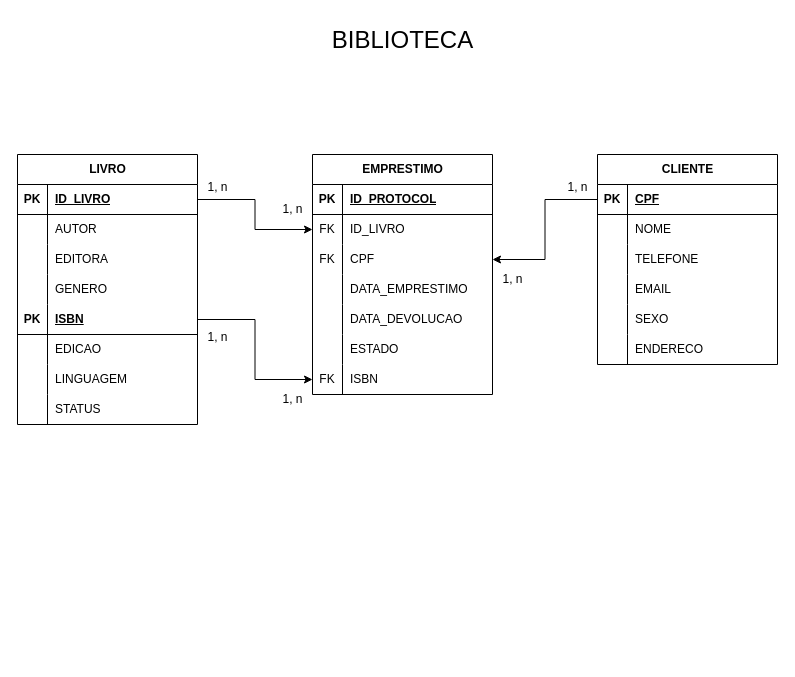
Earlier version of the draw.io diagram Sistema de Biblioteca.drawio (FirmoDev/projeto). Source tidied: cells renumbered, new cells numbered last; positions are measured from the earlier drawing's top-left corner, leaving out a move shared by most shapes. Both pictures are drawn from the tidied source at 100%, with x=0, y=0 at pixel (17, 17).
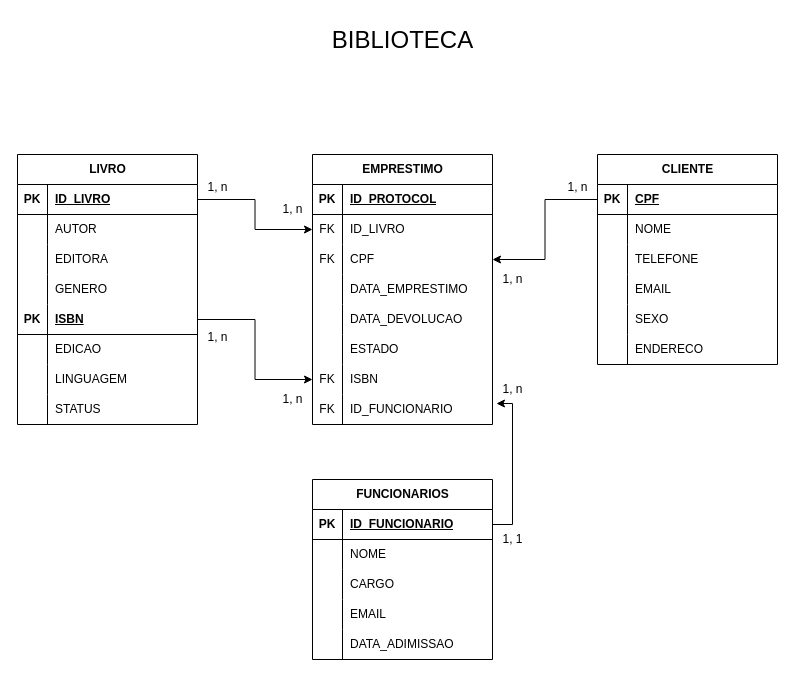
The same diagram, later.

Commit message:
ADICIONANDO TABELA FUNCIONARIOS

Diff of the diagram source:
```diff
@@
     <mxCell id="47" value="EMPRESTIMO" style="shape=table;startSize=30;childLayout=tableLayout;rowLines=0;fontStyle=1;align=center;html=1;" parent="1" vertex="1">
-      <mxGeometry x="295" y="137" width="180" height="240" as="geometry" />
+      <mxGeometry x="295" y="137" width="180" height="270" as="geometry" />
     </mxCell>
@@
+    <mxCell id="78" style="shape=tableRow;horizontal=0;startSize=0;swimlaneHead=0;swimlaneBody=0;fillColor=none;points=[[0,0.5],[1,0.5]];portConstraint=eastwest;top=0;left=0;right=0;bottom=0;" parent="47" vertex="1">
+      <mxGeometry y="240" width="180" height="30" as="geometry" />
+    </mxCell>
+    <mxCell id="79" value="FK" style="shape=partialRectangle;fillColor=none;top=0;left=0;bottom=0;right=0;overflow=hidden;whiteSpace=wrap;html=1;" parent="78" vertex="1">
+      <mxGeometry width="30" height="30" as="geometry" />
+    </mxCell>
+    <mxCell id="80" value="ID_FUNCIONARIO" style="shape=partialRectangle;fillColor=none;top=0;left=0;bottom=0;right=0;align=left;spacingLeft=6;overflow=hidden;whiteSpace=wrap;html=1;" parent="78" vertex="1">
+      <mxGeometry x="30" width="150" height="30" as="geometry" />
+    </mxCell>
@@
+    <mxCell id="81" value="FUNCIONARIOS" style="shape=table;startSize=30;childLayout=tableLayout;rowLines=0;fontStyle=1;align=center;html=1;" parent="1" vertex="1">
+      <mxGeometry x="295" y="462" width="180" height="180" as="geometry" />
+    </mxCell>
+    <mxCell id="82" style="shape=tableRow;horizontal=0;startSize=0;swimlaneHead=0;swimlaneBody=0;fillColor=none;points=[[0,0.5],[1,0.5]];portConstraint=eastwest;top=0;left=0;right=0;bottom=1;" parent="81" vertex="1">
+      <mxGeometry y="30" width="180" height="30" as="geometry" />
+    </mxCell>
+    <mxCell id="83" value="PK" style="shape=partialRectangle;fillColor=none;top=0;left=0;bottom=0;right=0;fontStyle=1;overflow=hidden;whiteSpace=wrap;html=1;" parent="82" vertex="1">
+      <mxGeometry width="30" height="30" as="geometry" />
+    </mxCell>
+    <mxCell id="84" value="ID_FUNCIONARIO" style="shape=partialRectangle;fillColor=none;top=0;left=0;bottom=0;right=0;align=left;spacingLeft=6;fontStyle=5;overflow=hidden;whiteSpace=wrap;html=1;" parent="82" vertex="1">
+      <mxGeometry x="30" width="150" height="30" as="geometry" />
+    </mxCell>
+    <mxCell id="85" style="shape=tableRow;horizontal=0;startSize=0;swimlaneHead=0;swimlaneBody=0;fillColor=none;top=0;left=0;right=0;bottom=0;" parent="81" vertex="1">
+      <mxGeometry y="60" width="180" height="30" as="geometry" />
+    </mxCell>
+    <mxCell id="86" style="shape=partialRectangle;fillColor=none;top=0;left=0;bottom=0;right=0;overflow=hidden;whiteSpace=wrap;html=1;" parent="85" vertex="1">
+      <mxGeometry width="30" height="30" as="geometry" />
+    </mxCell>
+    <mxCell id="87" value="NOME" style="shape=partialRectangle;fillColor=none;top=0;left=0;bottom=0;right=0;align=left;spacingLeft=6;overflow=hidden;whiteSpace=wrap;html=1;" parent="85" vertex="1">
+      <mxGeometry x="30" width="150" height="30" as="geometry" />
+    </mxCell>
+    <mxCell id="88" style="shape=tableRow;horizontal=0;startSize=0;swimlaneHead=0;swimlaneBody=0;fillColor=none;top=0;left=0;right=0;bottom=0;" parent="81" vertex="1">
+      <mxGeometry y="90" width="180" height="30" as="geometry" />
+    </mxCell>
+    <mxCell id="89" style="shape=partialRectangle;fillColor=none;top=0;left=0;bottom=0;right=0;overflow=hidden;whiteSpace=wrap;html=1;" parent="88" vertex="1">
+      <mxGeometry width="30" height="30" as="geometry" />
+    </mxCell>
+    <mxCell id="90" value="CARGO" style="shape=partialRectangle;fillColor=none;top=0;left=0;bottom=0;right=0;align=left;spacingLeft=6;overflow=hidden;whiteSpace=wrap;html=1;" parent="88" vertex="1">
+      <mxGeometry x="30" width="150" height="30" as="geometry" />
+    </mxCell>
+    <mxCell id="91" style="shape=tableRow;horizontal=0;startSize=0;swimlaneHead=0;swimlaneBody=0;fillColor=none;top=0;left=0;right=0;bottom=0;" parent="81" vertex="1">
+      <mxGeometry y="120" width="180" height="30" as="geometry" />
+    </mxCell>
+    <mxCell id="92" style="shape=partialRectangle;fillColor=none;top=0;left=0;bottom=0;right=0;overflow=hidden;whiteSpace=wrap;html=1;" parent="91" vertex="1">
+      <mxGeometry width="30" height="30" as="geometry" />
+    </mxCell>
+    <mxCell id="93" value="EMAIL" style="shape=partialRectangle;fillColor=none;top=0;left=0;bottom=0;right=0;align=left;spacingLeft=6;overflow=hidden;whiteSpace=wrap;html=1;" parent="91" vertex="1">
+      <mxGeometry x="30" width="150" height="30" as="geometry" />
+    </mxCell>
+    <mxCell id="94" style="shape=tableRow;horizontal=0;startSize=0;swimlaneHead=0;swimlaneBody=0;fillColor=none;top=0;left=0;right=0;bottom=0;" parent="81" vertex="1">
+      <mxGeometry y="150" width="180" height="30" as="geometry" />
+    </mxCell>
+    <mxCell id="95" style="shape=partialRectangle;fillColor=none;top=0;left=0;bottom=0;right=0;overflow=hidden;whiteSpace=wrap;html=1;" parent="94" vertex="1">
+      <mxGeometry width="30" height="30" as="geometry" />
+    </mxCell>
+    <mxCell id="96" value="DATA_ADIMISSAO" style="shape=partialRectangle;fillColor=none;top=0;left=0;bottom=0;right=0;align=left;spacingLeft=6;overflow=hidden;whiteSpace=wrap;html=1;" parent="94" vertex="1">
+      <mxGeometry x="30" width="150" height="30" as="geometry" />
+    </mxCell>
+    <mxCell id="97" style="edgeStyle=orthogonalEdgeStyle;rounded=0;jettySize=auto;html=1;exitX=1;exitY=0.5;exitDx=0;exitDy=0;entryX=1.022;entryY=0.3;entryDx=0;entryDy=0;entryPerimeter=0;" parent="1" edge="1" source="82" target="78">
+      <mxGeometry relative="1" as="geometry" />
+    </mxCell>
+    <mxCell id="98" value="1, 1" style="text;html=1;align=center;verticalAlign=middle;strokeColor=none;fillColor=none;" parent="1" vertex="1">
+      <mxGeometry x="475" y="507" width="40" height="30" as="geometry" />
+    </mxCell>
+    <mxCell id="99" value="1, n" style="text;html=1;align=center;verticalAlign=middle;strokeColor=none;fillColor=none;" parent="1" vertex="1">
+      <mxGeometry x="475" y="357" width="40" height="30" as="geometry" />
+    </mxCell>
```
